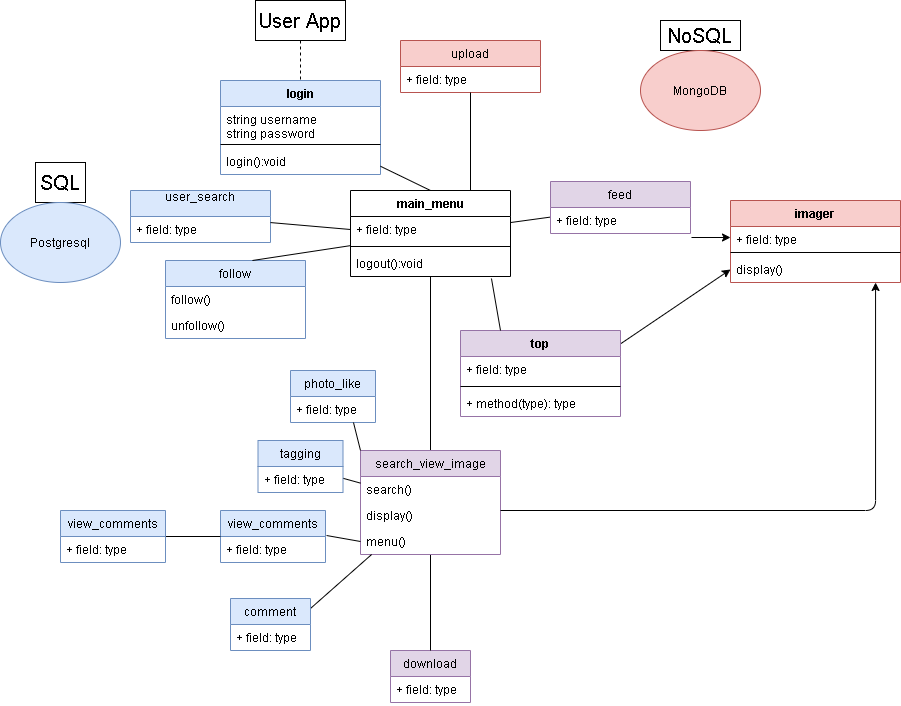
This is images/CS 179G Design Diagram.png from mychul/Impostergram-DB-Project, a draw.io export, as it was before one commit. Source tidied: cells renumbered, new cells last; positions are measured from the earlier drawing's top-left corner, leaving out a move shared by most shapes.
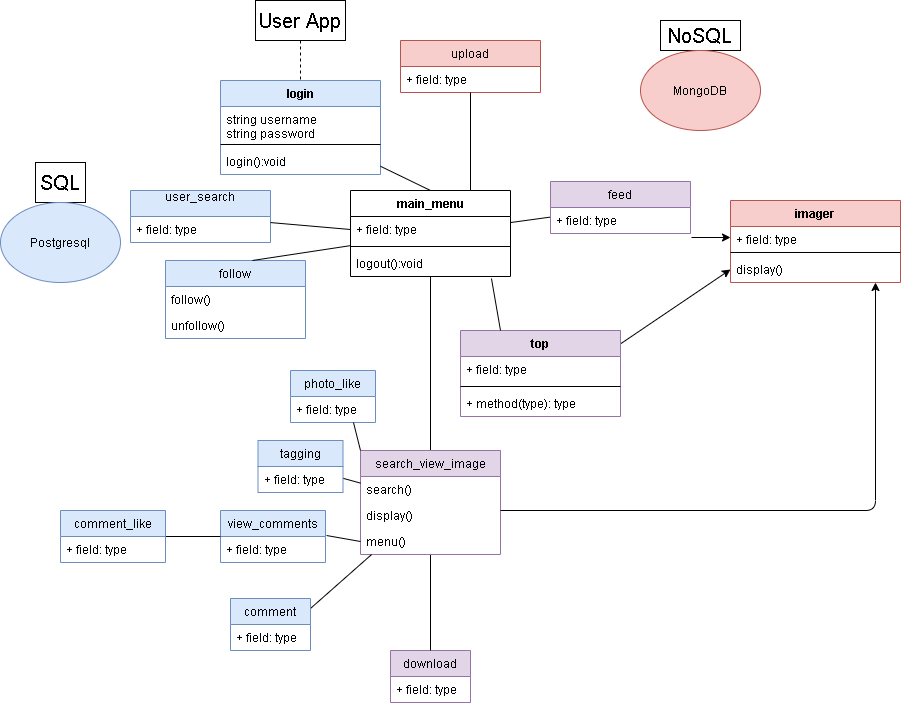
The same diagram one commit later.

What changed in the source:
```diff
@@ -195,7 +195,7 @@
         <mxPoint x="160" y="536" as="sourcePoint" />
       </mxGeometry>
     </mxCell>
-    <mxCell id="63" value="view_comments" style="swimlane;fontStyle=0;horizontal=1;startSize=26;fillColor=#dae8fc;strokeColor=#6c8ebf;" parent="1" vertex="1">
+    <mxCell id="63" value="comment_like" style="swimlane;fontStyle=0;horizontal=1;startSize=26;fillColor=#dae8fc;strokeColor=#6c8ebf;" parent="1" vertex="1">
       <mxGeometry x="60" y="510" width="105" height="52" as="geometry" />
     </mxCell>
     <mxCell id="64" value="+ field: type" style="text;strokeColor=none;fillColor=none;align=left;verticalAlign=top;spacingLeft=4;spacingRight=4;overflow=hidden;" parent="63" vertex="1">
```
